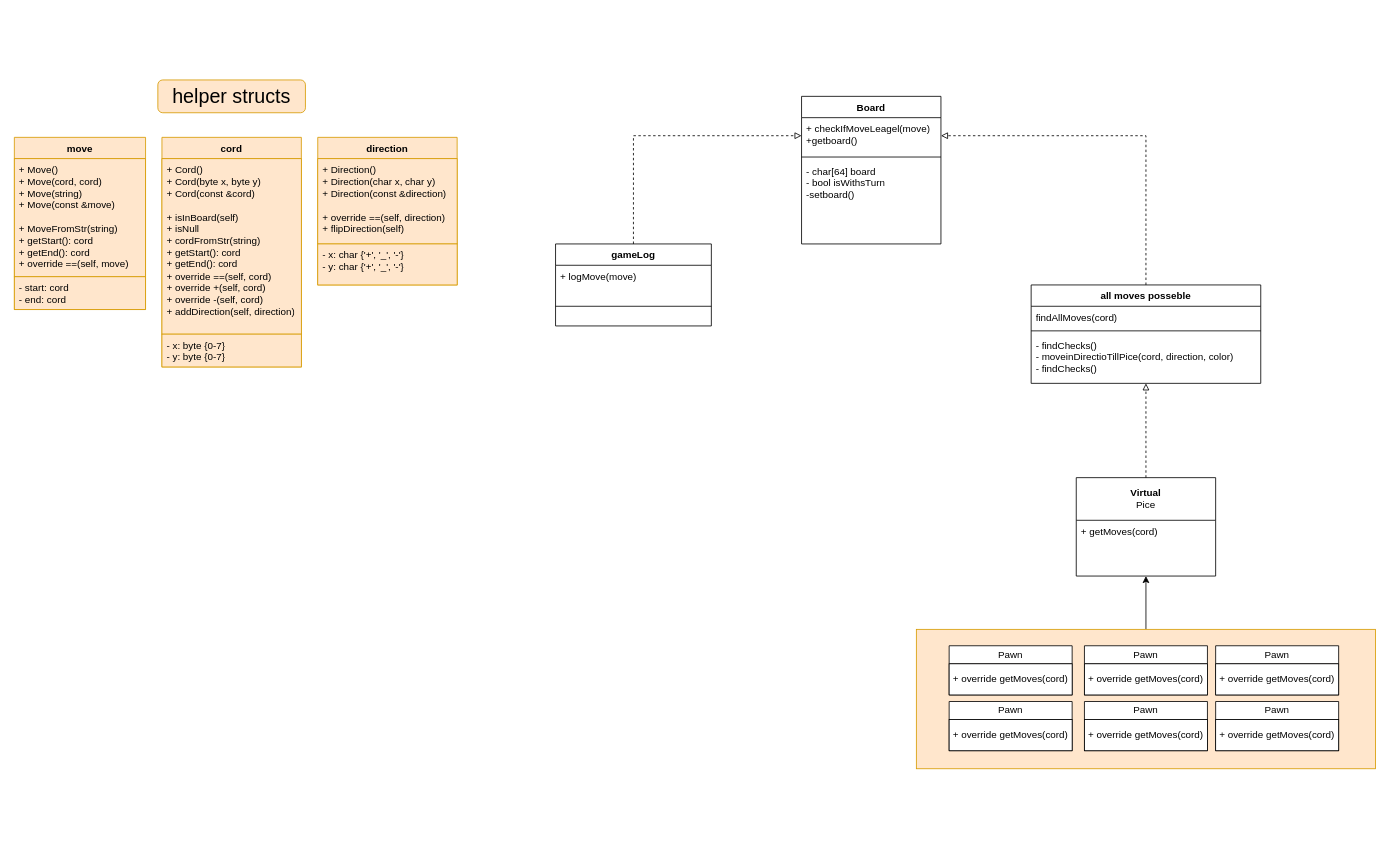
The draw.io diagram Untitled Diagram.drawio in MikeMal13/MIkeMal13.Github.io, before the edit. Source tidied: cells renumbered, new cells numbered last; positions are measured from the earlier drawing's top-left corner, leaving out a move shared by most shapes. Both pictures are drawn from the tidied source at 82%, with x=0, y=0 at pixel (14, 80).
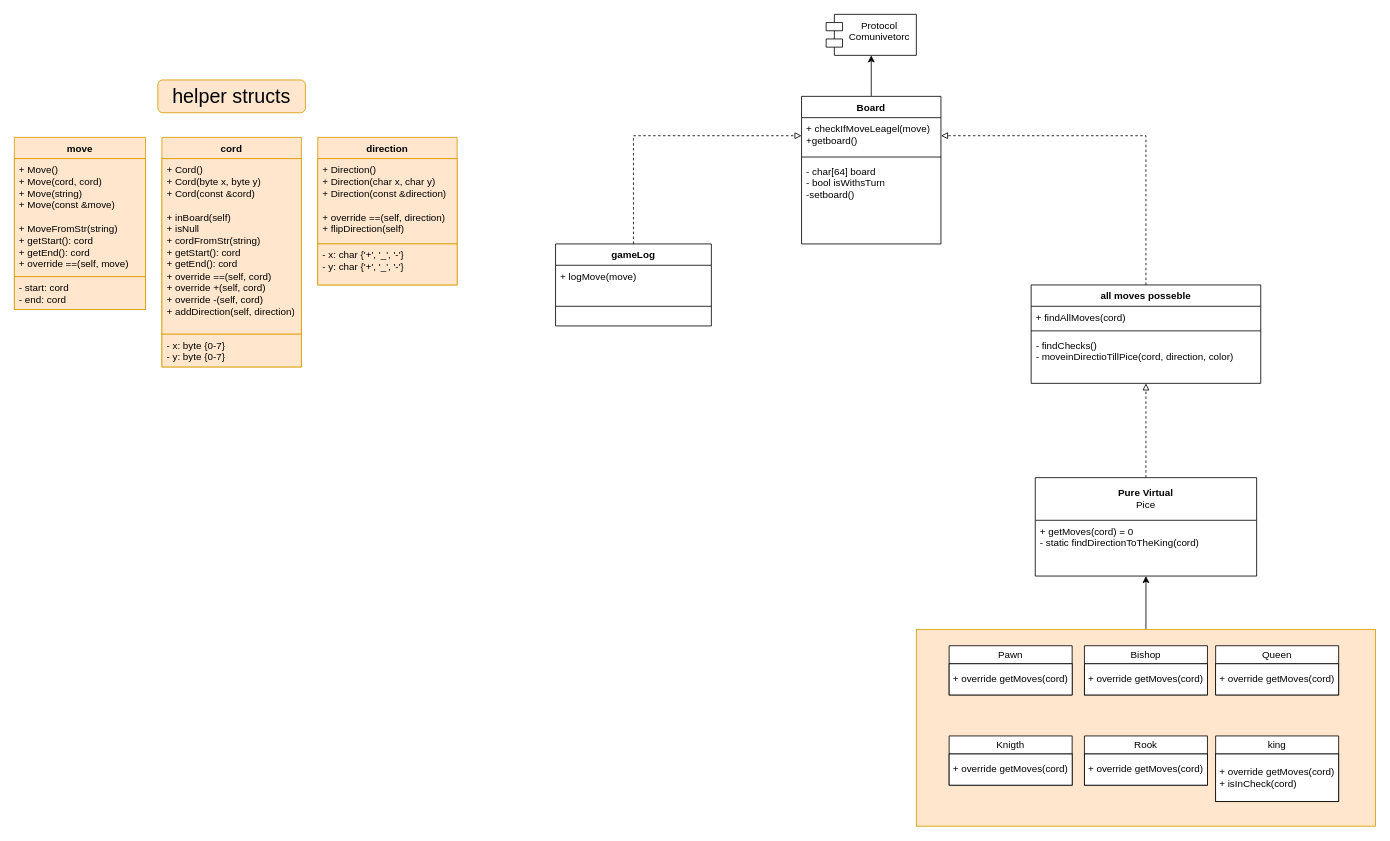
After the change.

Unchanged cells that the change refers to:
```xml
<mxCell id="32" value="cord" style="swimlane;fontStyle=1;align=center;verticalAlign=top;horizontal=1;startSize=26;whiteSpace=wrap;html=1;fillColor=#ffe6cc;strokeColor=#d79b00;" parent="1" vertex="1">
  <mxGeometry x="180" y="70" width="170" height="280" as="geometry" />
</mxCell>
```

Diff of the diagram source:
```diff
@@
     <mxCell id="3" style="html=1;whiteSpace=wrap;fillColor=#ffe6cc;strokeColor=#d79b00;" parent="1" vertex="1">
-      <mxGeometry x="1100" y="670" width="560" height="170" as="geometry" />
+      <mxGeometry x="1100" y="670" width="560" height="240" as="geometry" />
     </mxCell>
+    <mxCell id="42" style="edgeStyle=orthogonalEdgeStyle;rounded=0;jettySize=auto;html=1;" parent="1" edge="1" source="4" target="43">
+      <mxGeometry relative="1" as="geometry" />
+    </mxCell>
-    <mxCell id="4" value="Board&lt;br&gt;" style="swimlane;fontStyle=1;align=center;verticalAlign=top;horizontal=1;startSize=26;whiteSpace=wrap;html=1;" parent="1" vertex="1">
+    <mxCell id="4" value="Board&lt;br&gt;" style="swimlane;fontStyle=1;align=center;verticalAlign=top;horizontal=1;startSize=26;whiteSpace=wrap;html=1;swimlaneFillColor=default;" parent="1" vertex="1">
       <mxGeometry x="960" y="20" width="170" height="180" as="geometry" />
     </mxCell>
@@
-    <mxCell id="9" value="all moves posseble" style="swimlane;fontStyle=1;align=center;verticalAlign=top;horizontal=1;startSize=26;whiteSpace=wrap;html=1;" parent="1" vertex="1">
+    <mxCell id="9" value="all moves posseble" style="swimlane;fontStyle=1;align=center;verticalAlign=top;horizontal=1;startSize=26;whiteSpace=wrap;html=1;swimlaneFillColor=default;" parent="1" vertex="1">
       <mxGeometry x="1240" y="250" width="280" height="120" as="geometry" />
     </mxCell>
-    <mxCell id="10" value="findAllMoves(cord)" style="text;strokeColor=none;fillColor=none;align=left;verticalAlign=top;spacingLeft=4;spacingRight=4;overflow=hidden;whiteSpace=wrap;html=1;" parent="9" vertex="1">
+    <mxCell id="10" value="+ findAllMoves(cord)" style="text;strokeColor=none;fillColor=none;align=left;verticalAlign=top;spacingLeft=4;spacingRight=4;overflow=hidden;whiteSpace=wrap;html=1;" parent="9" vertex="1">
       <mxGeometry y="26" width="280" height="26" as="geometry" />
     </mxCell>
@@
-    <mxCell id="12" value="- findChecks()&lt;br&gt;- moveinDirectioTillPice(cord, direction, color)&lt;br&gt;- findChecks()" style="text;strokeColor=none;fillColor=none;align=left;verticalAlign=top;spacingLeft=4;spacingRight=4;overflow=hidden;whiteSpace=wrap;html=1;" parent="9" vertex="1">
+    <mxCell id="12" value="- findChecks()&lt;br&gt;- moveinDirectioTillPice(cord, direction, color)&lt;br&gt;" style="text;strokeColor=none;fillColor=none;align=left;verticalAlign=top;spacingLeft=4;spacingRight=4;overflow=hidden;whiteSpace=wrap;html=1;" parent="9" vertex="1">
       <mxGeometry y="60" width="280" height="60" as="geometry" />
     </mxCell>
@@
-    <mxCell id="14" value="&lt;b&gt;Virtual&lt;/b&gt;&lt;br&gt;Pice" style="swimlane;fontStyle=0;horizontal=1;startSize=52;fillColor=none;whiteSpace=wrap;html=1;" parent="1" vertex="1">
-      <mxGeometry x="1295" y="485" width="170" height="120" as="geometry" />
+    <mxCell id="14" value="&lt;b&gt;Pure&lt;/b&gt; &lt;b&gt;Virtual&lt;/b&gt;&lt;br&gt;Pice" style="swimlane;fontStyle=0;horizontal=1;startSize=52;fillColor=default;whiteSpace=wrap;html=1;swimlaneFillColor=default;" parent="1" vertex="1">
+      <mxGeometry x="1245" y="485" width="270" height="120" as="geometry" />
     </mxCell>
-    <mxCell id="15" value="+ getMoves(cord)&lt;br&gt;" style="text;strokeColor=none;fillColor=none;align=left;verticalAlign=top;spacingLeft=4;spacingRight=4;overflow=hidden;whiteSpace=wrap;html=1;" parent="14" vertex="1">
-      <mxGeometry y="52" width="170" height="68" as="geometry" />
+    <mxCell id="15" value="&lt;div&gt;+ getMoves(cord) = 0&lt;/div&gt;&lt;div&gt;- static findDirectionToTheKing(cord)&lt;/div&gt;" style="text;strokeColor=none;fillColor=none;align=left;verticalAlign=top;spacingLeft=4;spacingRight=4;overflow=hidden;whiteSpace=wrap;html=1;" parent="14" vertex="1">
+      <mxGeometry y="52" width="270" height="68" as="geometry" />
     </mxCell>
-    <mxCell id="16" value="Pawn" style="swimlane;fontStyle=0;horizontal=1;startSize=22;fillColor=default;whiteSpace=wrap;html=1;swimlaneFillColor=default;" parent="1" vertex="1">
-      <mxGeometry x="1140" y="758" width="150" height="60" as="geometry" />
+    <mxCell id="16" value="Knigth" style="swimlane;fontStyle=0;horizontal=1;startSize=22;fillColor=default;whiteSpace=wrap;html=1;swimlaneFillColor=default;" parent="1" vertex="1">
+      <mxGeometry x="1140" y="800" width="150" height="60" as="geometry" />
     </mxCell>
@@
-    <mxCell id="18" value="Pawn" style="swimlane;fontStyle=0;horizontal=1;startSize=22;fillColor=default;whiteSpace=wrap;html=1;swimlaneFillColor=default;" parent="1" vertex="1">
-      <mxGeometry x="1305" y="758" width="150" height="60" as="geometry" />
+    <mxCell id="18" value="&lt;div&gt;Rook&lt;/div&gt;" style="swimlane;fontStyle=0;horizontal=1;startSize=22;fillColor=default;whiteSpace=wrap;html=1;swimlaneFillColor=default;" parent="1" vertex="1">
+      <mxGeometry x="1305" y="800" width="150" height="60" as="geometry" />
     </mxCell>
@@
-    <mxCell id="20" value="Pawn" style="swimlane;fontStyle=0;horizontal=1;startSize=22;fillColor=default;whiteSpace=wrap;html=1;swimlaneFillColor=default;" parent="1" vertex="1">
-      <mxGeometry x="1465" y="758" width="150" height="60" as="geometry" />
+    <mxCell id="20" value="king" style="swimlane;fontStyle=0;horizontal=1;startSize=22;fillColor=default;whiteSpace=wrap;html=1;swimlaneFillColor=default;" parent="1" vertex="1">
+      <mxGeometry x="1465" y="800" width="150" height="80" as="geometry" />
     </mxCell>
-    <mxCell id="21" value="+ override getMoves(cord)" style="rounded=0;whiteSpace=wrap;html=1;" parent="20" vertex="1">
-      <mxGeometry y="22" width="150" height="38" as="geometry" />
+    <mxCell id="21" value="&lt;div&gt;+ override getMoves(cord)&lt;/div&gt;&lt;div align=&quot;left&quot;&gt;+ isInCheck(cord)&lt;br&gt;&lt;/div&gt;" style="rounded=0;whiteSpace=wrap;html=1;" parent="20" vertex="1">
+      <mxGeometry y="22" width="150" height="58" as="geometry" />
     </mxCell>
-    <mxCell id="22" value="Pawn" style="swimlane;fontStyle=0;horizontal=1;startSize=22;fillColor=default;whiteSpace=wrap;html=1;swimlaneFillColor=default;" parent="1" vertex="1">
+    <mxCell id="22" value="Queen" style="swimlane;fontStyle=0;horizontal=1;startSize=22;fillColor=default;whiteSpace=wrap;html=1;swimlaneFillColor=default;" parent="1" vertex="1">
       <mxGeometry x="1465" y="690" width="150" height="60" as="geometry" />
     </mxCell>
@@
-    <mxCell id="24" value="Pawn" style="swimlane;fontStyle=0;horizontal=1;startSize=22;fillColor=default;whiteSpace=wrap;html=1;swimlaneFillColor=default;" parent="1" vertex="1">
+    <mxCell id="24" value="Bishop" style="swimlane;fontStyle=0;horizontal=1;startSize=22;fillColor=default;whiteSpace=wrap;html=1;swimlaneFillColor=default;" parent="1" vertex="1">
       <mxGeometry x="1305" y="690" width="150" height="60" as="geometry" />
     </mxCell>
@@
-    <mxCell id="29" value="gameLog" style="swimlane;fontStyle=1;align=center;verticalAlign=top;horizontal=1;startSize=26;whiteSpace=wrap;html=1;" parent="1" vertex="1">
+    <mxCell id="29" value="gameLog" style="swimlane;fontStyle=1;align=center;verticalAlign=top;horizontal=1;startSize=26;whiteSpace=wrap;html=1;swimlaneFillColor=default;" parent="1" vertex="1">
       <mxGeometry x="660" y="200" width="190" height="100" as="geometry" />
     </mxCell>
@@
-    <mxCell id="33" value="&lt;div&gt;+ Cord()&lt;/div&gt;&lt;div&gt;+ Cord(byte x, byte y)&lt;/div&gt;&lt;div&gt;+ Cord(const &amp;amp;cord)&lt;br&gt;&lt;/div&gt;&lt;div&gt;&lt;br&gt;&lt;/div&gt;&lt;div&gt;+ isInBoard(self)&lt;br&gt;&lt;/div&gt;&lt;div&gt;+ isNull&lt;br&gt;&lt;/div&gt;&lt;div&gt;+ cordFromStr(string)&lt;br&gt;&lt;/div&gt;&lt;div&gt;+ getStart(): cord&lt;/div&gt;&lt;div&gt;&lt;div&gt;+ getEnd(): cord&lt;br&gt;+ override ==(self, cord)&lt;/div&gt;+ override +(self, cord)&lt;/div&gt;&lt;div&gt;+ override -(self, cord)&lt;/div&gt;&lt;div&gt;+ addDirection(self, direction)&lt;br&gt;&lt;/div&gt;&lt;div&gt;&lt;br&gt;&lt;/div&gt;" style="text;strokeColor=#d79b00;fillColor=#ffe6cc;align=left;verticalAlign=top;spacingLeft=4;spacingRight=4;overflow=hidden;whiteSpace=wrap;html=1;" parent="32" vertex="1">
+    <mxCell id="33" value="&lt;div&gt;+ Cord()&lt;/div&gt;&lt;div&gt;+ Cord(byte x, byte y)&lt;/div&gt;&lt;div&gt;+ Cord(const &amp;amp;cord)&lt;br&gt;&lt;/div&gt;&lt;div&gt;&lt;br&gt;&lt;/div&gt;&lt;div&gt;+ inBoard(self)&lt;br&gt;&lt;/div&gt;&lt;div&gt;+ isNull&lt;br&gt;&lt;/div&gt;&lt;div&gt;+ cordFromStr(string)&lt;br&gt;&lt;/div&gt;&lt;div&gt;+ getStart(): cord&lt;/div&gt;&lt;div&gt;&lt;div&gt;+ getEnd(): cord&lt;br&gt;+ override ==(self, cord)&lt;/div&gt;+ override +(self, cord)&lt;/div&gt;&lt;div&gt;+ override -(self, cord)&lt;/div&gt;&lt;div&gt;+ addDirection(self, direction)&lt;br&gt;&lt;/div&gt;&lt;div&gt;&lt;br&gt;&lt;/div&gt;" style="text;strokeColor=#d79b00;fillColor=#ffe6cc;align=left;verticalAlign=top;spacingLeft=4;spacingRight=4;overflow=hidden;whiteSpace=wrap;html=1;" parent="32" vertex="1">
       <mxGeometry y="26" width="170" height="214" as="geometry" />
     </mxCell>
@@
+    <mxCell id="43" value="&lt;div&gt;Protocol &lt;br&gt;&lt;/div&gt;&lt;div&gt;Comunivetorc&lt;/div&gt;" style="shape=module;align=left;spacingLeft=20;align=center;verticalAlign=top;whiteSpace=wrap;html=1;" parent="1" vertex="1">
+      <mxGeometry x="990" y="-80" width="110" height="50" as="geometry" />
+    </mxCell>
```
